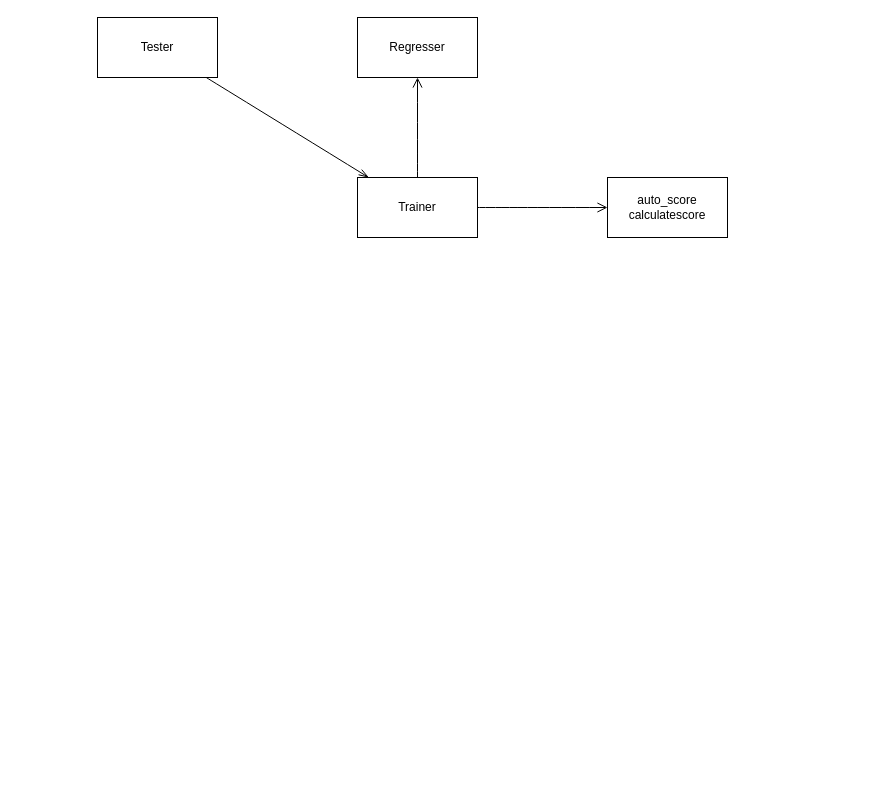
mistyeye11/drawio keeps this draw.io diagram as tongdengfund/方法论.drawio. Above is the earlier version. Source tidied: cells renumbered, new cells numbered last; positions are measured from the earlier drawing's top-left corner, leaving out a move shared by most shapes. Both pictures are drawn from the tidied source at 100%, with x=0, y=0 at pixel (97, 17).
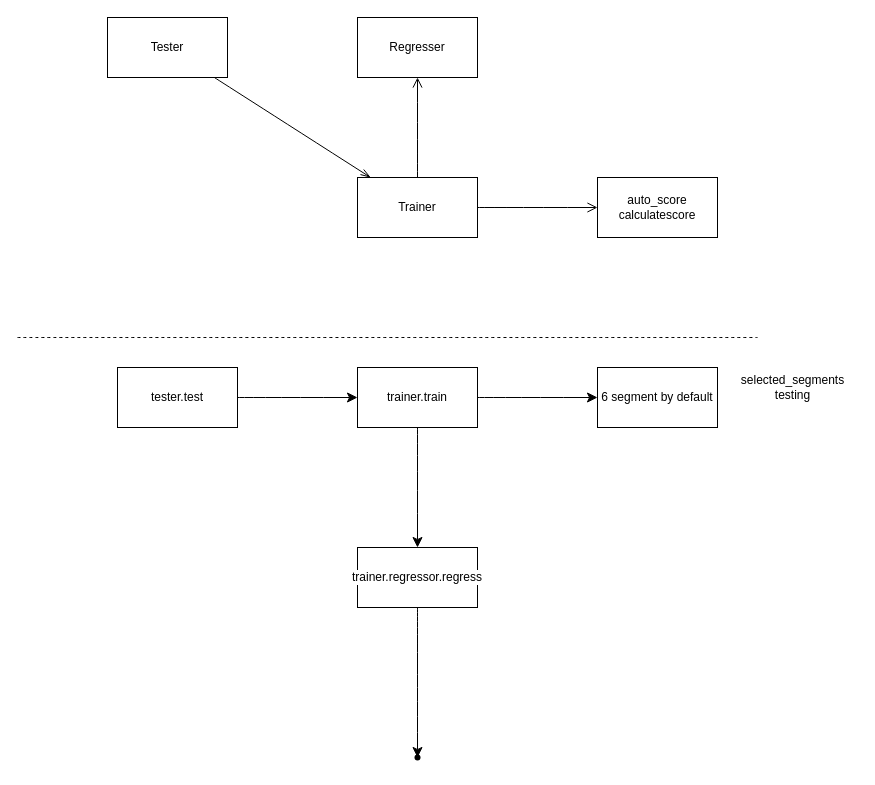
Above is the later version.

Commit message (it also covers changes not shown here):
更新方法论.drawio

What changed in the source:
```diff
@@
     <mxCell id="6" value="&lt;div&gt;auto_score&lt;br&gt;&lt;/div&gt;&lt;div&gt;calculatescore&lt;/div&gt;" style="rounded=0;whiteSpace=wrap;html=1;" parent="1" vertex="1">
-      <mxGeometry x="510" y="160" width="120" height="60" as="geometry" />
+      <mxGeometry x="500" y="160" width="120" height="60" as="geometry" />
     </mxCell>
@@
     <mxCell id="8" value="&lt;div&gt;Tester&lt;/div&gt;" style="rounded=0;whiteSpace=wrap;html=1;" parent="1" vertex="1">
-      <mxGeometry width="120" height="60" as="geometry" />
+      <mxGeometry x="10" width="120" height="60" as="geometry" />
     </mxCell>
+    <mxCell id="9" style="endArrow=none;dashed=1;html=1;rounded=0;fontSize=12;startSize=8;endSize=8;curved=1;" parent="1" edge="1">
+      <mxGeometry relative="1" as="geometry">
+        <mxPoint x="-80" y="320" as="sourcePoint" />
+        <mxPoint x="660" y="320" as="targetPoint" />
+      </mxGeometry>
+    </mxCell>
+    <mxCell id="10" style="edgeStyle=none;curved=1;rounded=0;jettySize=auto;html=1;fontSize=12;startSize=8;endSize=8;" parent="1" edge="1" source="11" target="14">
+      <mxGeometry relative="1" as="geometry" />
+    </mxCell>
+    <mxCell id="11" value="tester.test" style="rounded=0;whiteSpace=wrap;html=1;" parent="1" vertex="1">
+      <mxGeometry x="20" y="350" width="120" height="60" as="geometry" />
+    </mxCell>
+    <mxCell id="12" style="edgeStyle=none;curved=1;rounded=0;jettySize=auto;html=1;fontSize=12;startSize=8;endSize=8;" parent="1" edge="1" source="14" target="16">
+      <mxGeometry relative="1" as="geometry" />
+    </mxCell>
+    <mxCell id="13" style="edgeStyle=none;curved=1;rounded=0;jettySize=auto;html=1;fontSize=12;startSize=8;endSize=8;" parent="1" edge="1" source="14" target="18">
+      <mxGeometry relative="1" as="geometry" />
+    </mxCell>
+    <mxCell id="14" value="trainer.train" style="whiteSpace=wrap;html=1;rounded=0;" parent="1" vertex="1">
+      <mxGeometry x="260" y="350" width="120" height="60" as="geometry" />
+    </mxCell>
+    <mxCell id="15" style="edgeStyle=none;curved=1;rounded=0;jettySize=auto;html=1;fontSize=12;startSize=8;endSize=8;" parent="1" edge="1" source="16" target="17">
+      <mxGeometry relative="1" as="geometry" />
+    </mxCell>
+    <mxCell id="16" value="trainer.regressor.regress" style="whiteSpace=wrap;html=1;rounded=0;labelBackgroundColor=default;" parent="1" vertex="1">
+      <mxGeometry x="260" y="530" width="120" height="60" as="geometry" />
+    </mxCell>
+    <mxCell id="17" style="shape=waypoint;sketch=0;size=6;points=[];fillColor=default;perimeter=centerPerimeter;snapToPoint=1;rounded=0;labelBackgroundColor=default;" parent="1" vertex="1">
+      <mxGeometry x="310" y="730" width="20" height="20" as="geometry" />
+    </mxCell>
+    <mxCell id="18" value="6 segment by default" style="whiteSpace=wrap;html=1;rounded=0;" parent="1" vertex="1">
+      <mxGeometry x="500" y="350" width="120" height="60" as="geometry" />
+    </mxCell>
+    <mxCell id="19" value="&lt;div&gt;selected_segments&lt;/div&gt;&lt;div&gt;testing&lt;br&gt;&lt;/div&gt;" style="text;html=1;align=center;verticalAlign=middle;strokeColor=none;fillColor=none;fontSize=12;fontFamily=Helvetica;fontColor=default;" parent="1" vertex="1">
+      <mxGeometry x="630" y="350" width="130" height="40" as="geometry" />
+    </mxCell>
```
